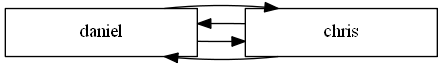
Before: scrabble/ReporteJugadores.png, a diagram exported from Graphviz (ChrisUSAC/EDD_1S2020_PY1_201709272). Its source is kept beside it as scrabble/ReporteJugadores.dot. The source it was exported from:
```dot
digraph G{
rankdir=LR
node[ shape = box]
0[label = "daniel" width=2.0 ];
1[label = "chris" width=2.0 ];
0 -> 1[dir = back];
0 -> 1
0 -> 1[dir = back];
0 -> 1
}
```
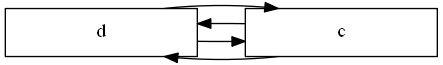
The same diagram one commit later.

Change to the diagram source:
```diff
@@ -1,8 +1,8 @@
 digraph G{
 rankdir=LR
 node[ shape = box]
-0[label = "daniel" width=2.0 ];
-1[label = "chris" width=2.0 ];
+0[label = "d" width=2.0 ];
+1[label = "c" width=2.0 ];
 0 -> 1[dir = back];
 0 -> 1
 0 -> 1[dir = back];
```
